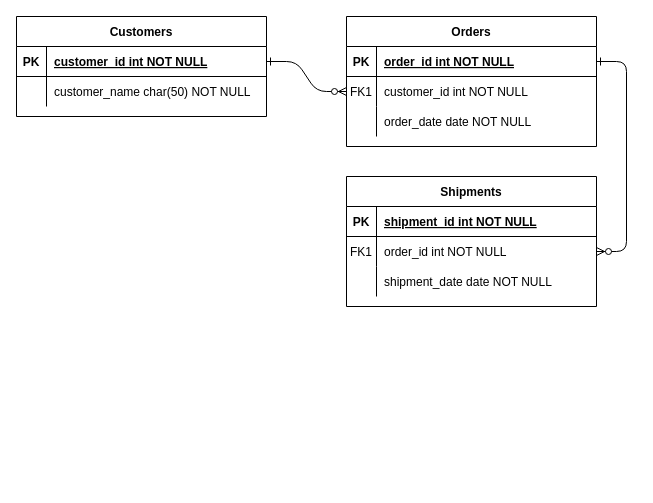
venkat0x1/ER-Diagrams keeps this draw.io diagram as pgt-loadboard-chat-fea.drawio. Above is the earlier version. Source tidied: cells renumbered, new cells numbered last; positions are measured from the earlier drawing's top-left corner, leaving out a move shared by most shapes. Both pictures are drawn from the tidied source at 100%, with x=0, y=0 at pixel (16, 16).
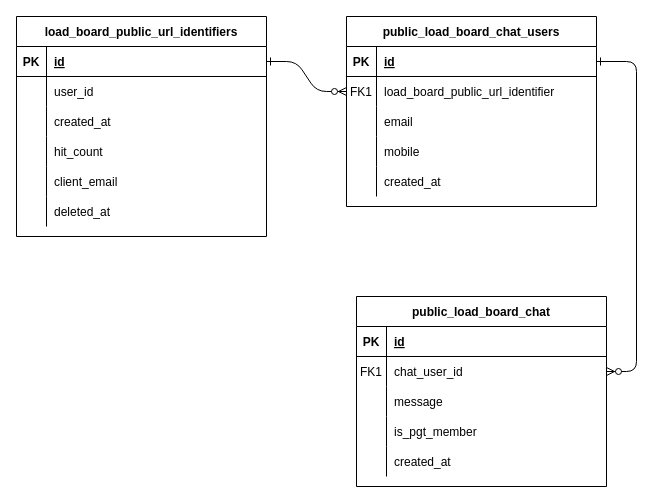
The same page after the edit.

Unchanged cells that the change refers to:
```xml
<mxCell id="5" style="shape=partialRectangle;fillColor=none;points=[[0,0.5],[1,0.5]];portConstraint=eastwest;top=0;left=0;right=0;bottom=1;" parent="4" vertex="1">
  <mxGeometry y="30" width="250" height="30" as="geometry" />
</mxCell>
<mxCell id="8" style="shape=partialRectangle;fillColor=none;points=[[0,0.5],[1,0.5]];portConstraint=eastwest;top=0;left=0;right=0;bottom=0;" parent="4" vertex="1">
  <mxGeometry y="60" width="250" height="30" as="geometry" />
</mxCell>
<mxCell id="11" style="shape=partialRectangle;fillColor=none;top=0;left=0;right=0;bottom=0;" parent="4" vertex="1">
  <mxGeometry y="90" width="250" height="30" as="geometry" />
</mxCell>
<mxCell id="15" style="shape=partialRectangle;fillColor=none;top=0;left=0;right=0;bottom=1;" parent="14" vertex="1">
  <mxGeometry y="30" width="250" height="30" as="geometry" />
</mxCell>
<mxCell id="18" style="shape=partialRectangle;fillColor=none;points=[[0,0.5],[1,0.5]];portConstraint=eastwest;top=0;left=0;right=0;bottom=0;" parent="14" vertex="1">
  <mxGeometry y="60" width="250" height="30" as="geometry" />
</mxCell>
<mxCell id="21" style="shape=partialRectangle;fillColor=none;top=0;left=0;right=0;bottom=0;" parent="14" vertex="1">
  <mxGeometry y="90" width="250" height="30" as="geometry" />
</mxCell>
<mxCell id="25" style="shape=partialRectangle;fillColor=none;points=[[0,0.5],[1,0.5]];portConstraint=eastwest;top=0;left=0;right=0;bottom=1;" parent="24" vertex="1">
  <mxGeometry y="30" width="250" height="30" as="geometry" />
</mxCell>
```

Diff of the diagram source:
```diff
@@
-    <mxCell id="4" value="Orders" style="shape=table;startSize=30;childLayout=tableLayout;rowLines=0;fontStyle=1;align=center;" parent="1" vertex="1">
-      <mxGeometry x="330" width="250" height="130" as="geometry" />
+    <mxCell id="4" value="public_load_board_chat_users" style="shape=table;startSize=30;childLayout=tableLayout;rowLines=0;fontStyle=1;align=center;" parent="1" vertex="1">
+      <mxGeometry x="330" width="250" height="190" as="geometry" />
     </mxCell>
@@
-    <mxCell id="7" value="order_id int NOT NULL " style="shape=partialRectangle;overflow=hidden;fillColor=none;top=0;left=0;bottom=0;right=0;align=left;spacingLeft=6;fontStyle=5;" parent="5" vertex="1">
+    <mxCell id="7" value="id" style="shape=partialRectangle;overflow=hidden;fillColor=none;top=0;left=0;bottom=0;right=0;align=left;spacingLeft=6;fontStyle=5;" parent="5" vertex="1">
       <mxGeometry x="30" width="220" height="30" as="geometry" />
     </mxCell>
@@
-    <mxCell id="10" value="customer_id int NOT NULL" style="shape=partialRectangle;overflow=hidden;fillColor=none;top=0;left=0;bottom=0;right=0;align=left;spacingLeft=6;" parent="8" vertex="1">
+    <mxCell id="10" value="load_board_public_url_identifier" style="shape=partialRectangle;overflow=hidden;fillColor=none;top=0;left=0;bottom=0;right=0;align=left;spacingLeft=6;" parent="8" vertex="1">
       <mxGeometry x="30" width="220" height="30" as="geometry" />
     </mxCell>
@@
-    <mxCell id="13" value="order_date date NOT NULL" style="shape=partialRectangle;overflow=hidden;fillColor=none;top=0;left=0;bottom=0;right=0;align=left;spacingLeft=6;" parent="11" vertex="1">
+    <mxCell id="13" value="email" style="shape=partialRectangle;overflow=hidden;fillColor=none;top=0;left=0;bottom=0;right=0;align=left;spacingLeft=6;" parent="11" vertex="1">
       <mxGeometry x="30" width="220" height="30" as="geometry" />
     </mxCell>
+    <mxCell id="31" style="shape=partialRectangle;fillColor=none;top=0;left=0;right=0;bottom=0;" parent="4" vertex="1">
+      <mxGeometry y="120" width="250" height="30" as="geometry" />
+    </mxCell>
+    <mxCell id="32" style="shape=partialRectangle;overflow=hidden;fillColor=none;top=0;left=0;bottom=0;right=0;" parent="31" vertex="1">
+      <mxGeometry width="30" height="30" as="geometry" />
+    </mxCell>
+    <mxCell id="33" value="mobile" style="shape=partialRectangle;overflow=hidden;fillColor=none;top=0;left=0;bottom=0;right=0;align=left;spacingLeft=6;" parent="31" vertex="1">
+      <mxGeometry x="30" width="220" height="30" as="geometry" />
+    </mxCell>
+    <mxCell id="34" style="shape=partialRectangle;fillColor=none;top=0;left=0;right=0;bottom=0;" parent="4" vertex="1">
+      <mxGeometry y="150" width="250" height="30" as="geometry" />
+    </mxCell>
+    <mxCell id="35" style="shape=partialRectangle;overflow=hidden;fillColor=none;top=0;left=0;bottom=0;right=0;" parent="34" vertex="1">
+      <mxGeometry width="30" height="30" as="geometry" />
+    </mxCell>
+    <mxCell id="36" value="created_at" style="shape=partialRectangle;overflow=hidden;fillColor=none;top=0;left=0;bottom=0;right=0;align=left;spacingLeft=6;" parent="34" vertex="1">
+      <mxGeometry x="30" width="220" height="30" as="geometry" />
+    </mxCell>
-    <mxCell id="14" value="Shipments" style="shape=table;startSize=30;childLayout=tableLayout;rowLines=0;fontStyle=1;align=center;" parent="1" vertex="1">
-      <mxGeometry x="330" y="160" width="250" height="130" as="geometry" />
+    <mxCell id="14" value="public_load_board_chat" style="shape=table;startSize=30;childLayout=tableLayout;rowLines=0;fontStyle=1;align=center;" parent="1" vertex="1">
+      <mxGeometry x="340" y="280" width="250" height="190" as="geometry" />
     </mxCell>
@@
-    <mxCell id="17" value="shipment_id int NOT NULL " style="shape=partialRectangle;overflow=hidden;fillColor=none;top=0;left=0;bottom=0;right=0;align=left;spacingLeft=6;fontStyle=5;" parent="15" vertex="1">
+    <mxCell id="17" value="id" style="shape=partialRectangle;overflow=hidden;fillColor=none;top=0;left=0;bottom=0;right=0;align=left;spacingLeft=6;fontStyle=5;" parent="15" vertex="1">
       <mxGeometry x="30" width="220" height="30" as="geometry" />
     </mxCell>
@@
-    <mxCell id="20" value="order_id int NOT NULL" style="shape=partialRectangle;overflow=hidden;fillColor=none;top=0;left=0;bottom=0;right=0;align=left;spacingLeft=6;" parent="18" vertex="1">
+    <mxCell id="20" value="chat_user_id" style="shape=partialRectangle;overflow=hidden;fillColor=none;top=0;left=0;bottom=0;right=0;align=left;spacingLeft=6;" parent="18" vertex="1">
       <mxGeometry x="30" width="220" height="30" as="geometry" />
     </mxCell>
@@
-    <mxCell id="23" value="shipment_date date NOT NULL" style="shape=partialRectangle;overflow=hidden;fillColor=none;top=0;left=0;bottom=0;right=0;align=left;spacingLeft=6;" parent="21" vertex="1">
+    <mxCell id="23" value="message" style="shape=partialRectangle;overflow=hidden;fillColor=none;top=0;left=0;bottom=0;right=0;align=left;spacingLeft=6;" parent="21" vertex="1">
       <mxGeometry x="30" width="220" height="30" as="geometry" />
     </mxCell>
+    <mxCell id="37" style="shape=partialRectangle;fillColor=none;top=0;left=0;right=0;bottom=0;" parent="14" vertex="1">
+      <mxGeometry y="120" width="250" height="30" as="geometry" />
+    </mxCell>
+    <mxCell id="38" style="shape=partialRectangle;overflow=hidden;fillColor=none;top=0;left=0;bottom=0;right=0;" parent="37" vertex="1">
+      <mxGeometry width="30" height="30" as="geometry" />
+    </mxCell>
+    <mxCell id="39" value="is_pgt_member" style="shape=partialRectangle;overflow=hidden;fillColor=none;top=0;left=0;bottom=0;right=0;align=left;spacingLeft=6;" parent="37" vertex="1">
+      <mxGeometry x="30" width="220" height="30" as="geometry" />
+    </mxCell>
+    <mxCell id="40" style="shape=partialRectangle;fillColor=none;top=0;left=0;right=0;bottom=0;" parent="14" vertex="1">
+      <mxGeometry y="150" width="250" height="30" as="geometry" />
+    </mxCell>
+    <mxCell id="41" style="shape=partialRectangle;overflow=hidden;fillColor=none;top=0;left=0;bottom=0;right=0;" parent="40" vertex="1">
+      <mxGeometry width="30" height="30" as="geometry" />
+    </mxCell>
+    <mxCell id="42" value="created_at" style="shape=partialRectangle;overflow=hidden;fillColor=none;top=0;left=0;bottom=0;right=0;align=left;spacingLeft=6;" parent="40" vertex="1">
+      <mxGeometry x="30" width="220" height="30" as="geometry" />
+    </mxCell>
-    <mxCell id="24" value="Customers" style="shape=table;startSize=30;childLayout=tableLayout;rowLines=0;fontStyle=1;align=center;" parent="1" vertex="1">
-      <mxGeometry width="250" height="100" as="geometry" />
+    <mxCell id="24" value="load_board_public_url_identifiers" style="shape=table;startSize=30;childLayout=tableLayout;rowLines=0;fontStyle=1;align=center;" parent="1" vertex="1">
+      <mxGeometry width="250" height="220" as="geometry" />
     </mxCell>
@@
-    <mxCell id="27" value="customer_id int NOT NULL " style="shape=partialRectangle;overflow=hidden;fillColor=none;top=0;left=0;bottom=0;right=0;align=left;spacingLeft=6;fontStyle=5;" parent="25" vertex="1">
+    <mxCell id="27" value="id" style="shape=partialRectangle;overflow=hidden;fillColor=none;top=0;left=0;bottom=0;right=0;align=left;spacingLeft=6;fontStyle=5;" parent="25" vertex="1">
       <mxGeometry x="30" width="220" height="30" as="geometry" />
     </mxCell>
+    <mxCell id="43" style="shape=partialRectangle;fillColor=none;top=0;left=0;right=0;bottom=0;" parent="24" vertex="1">
+      <mxGeometry y="60" width="250" height="30" as="geometry" />
+    </mxCell>
+    <mxCell id="44" style="shape=partialRectangle;overflow=hidden;fillColor=none;top=0;left=0;bottom=0;right=0;" parent="43" vertex="1">
+      <mxGeometry width="30" height="30" as="geometry" />
+    </mxCell>
+    <mxCell id="45" value="user_id" style="shape=partialRectangle;overflow=hidden;fillColor=none;top=0;left=0;bottom=0;right=0;align=left;spacingLeft=6;" parent="43" vertex="1">
+      <mxGeometry x="30" width="220" height="30" as="geometry" />
+    </mxCell>
+    <mxCell id="46" style="shape=partialRectangle;fillColor=none;top=0;left=0;right=0;bottom=0;" parent="24" vertex="1">
+      <mxGeometry y="90" width="250" height="30" as="geometry" />
+    </mxCell>
+    <mxCell id="47" style="shape=partialRectangle;overflow=hidden;fillColor=none;top=0;left=0;bottom=0;right=0;" parent="46" vertex="1">
+      <mxGeometry width="30" height="30" as="geometry" />
+    </mxCell>
+    <mxCell id="48" value="created_at" style="shape=partialRectangle;overflow=hidden;fillColor=none;top=0;left=0;bottom=0;right=0;align=left;spacingLeft=6;" parent="46" vertex="1">
+      <mxGeometry x="30" width="220" height="30" as="geometry" />
+    </mxCell>
+    <mxCell id="49" style="shape=partialRectangle;fillColor=none;top=0;left=0;right=0;bottom=0;" parent="24" vertex="1">
+      <mxGeometry y="120" width="250" height="30" as="geometry" />
+    </mxCell>
+    <mxCell id="50" style="shape=partialRectangle;overflow=hidden;fillColor=none;top=0;left=0;bottom=0;right=0;" parent="49" vertex="1">
+      <mxGeometry width="30" height="30" as="geometry" />
+    </mxCell>
+    <mxCell id="51" value="hit_count" style="shape=partialRectangle;overflow=hidden;fillColor=none;top=0;left=0;bottom=0;right=0;align=left;spacingLeft=6;" parent="49" vertex="1">
+      <mxGeometry x="30" width="220" height="30" as="geometry" />
+    </mxCell>
+    <mxCell id="52" style="shape=partialRectangle;fillColor=none;top=0;left=0;right=0;bottom=0;" parent="24" vertex="1">
+      <mxGeometry y="150" width="250" height="30" as="geometry" />
+    </mxCell>
+    <mxCell id="53" style="shape=partialRectangle;overflow=hidden;fillColor=none;top=0;left=0;bottom=0;right=0;" parent="52" vertex="1">
+      <mxGeometry width="30" height="30" as="geometry" />
+    </mxCell>
+    <mxCell id="54" value="client_email" style="shape=partialRectangle;overflow=hidden;fillColor=none;top=0;left=0;bottom=0;right=0;align=left;spacingLeft=6;" parent="52" vertex="1">
+      <mxGeometry x="30" width="220" height="30" as="geometry" />
+    </mxCell>
     <mxCell id="28" style="shape=partialRectangle;fillColor=none;top=0;left=0;right=0;bottom=0;" parent="24" vertex="1">
-      <mxGeometry y="60" width="250" height="30" as="geometry" />
+      <mxGeometry y="180" width="250" height="30" as="geometry" />
     </mxCell>
@@
-    <mxCell id="30" value="customer_name char(50) NOT NULL" style="shape=partialRectangle;overflow=hidden;fillColor=none;top=0;left=0;bottom=0;right=0;align=left;spacingLeft=6;" parent="28" vertex="1">
+    <mxCell id="30" value="deleted_at" style="shape=partialRectangle;overflow=hidden;fillColor=none;top=0;left=0;bottom=0;right=0;align=left;spacingLeft=6;" parent="28" vertex="1">
       <mxGeometry x="30" width="220" height="30" as="geometry" />
     </mxCell>
```
